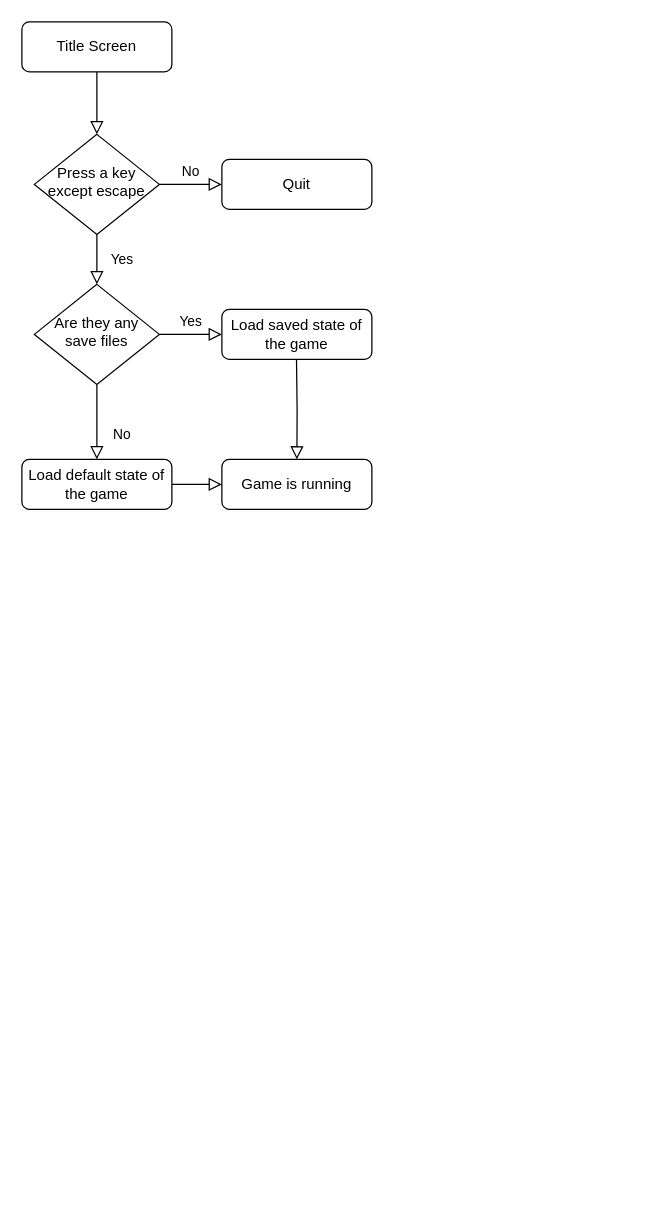
Tycro-Games/BlockA-Pitfall keeps this draw.io diagram as Untitled Diagram.drawio. Above is the earlier version. Source tidied: cells renumbered, new cells numbered last; positions are measured from the earlier drawing's top-left corner, leaving out a move shared by most shapes. Both pictures are drawn from the tidied source at 125%, with x=0, y=0 at pixel (21, 21).
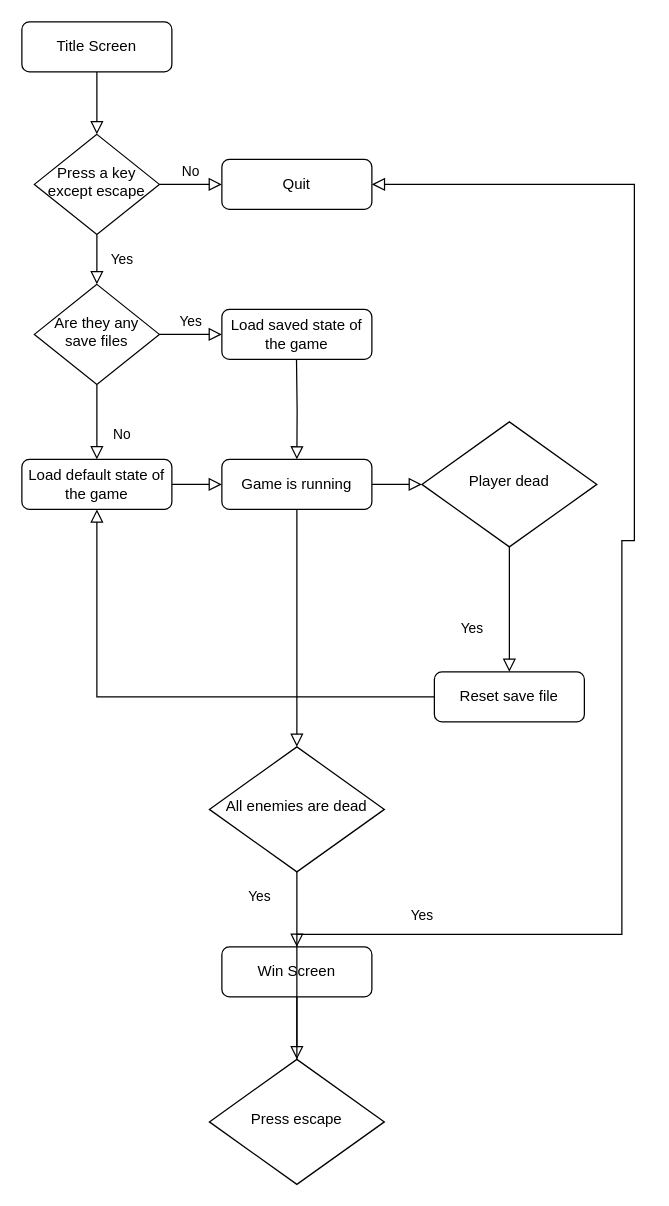
Above is the later version.

The change refers to these unchanged cells:
```xml
<mxCell id="7" value="Quit" style="rounded=1;whiteSpace=wrap;html=1;fontSize=12;glass=0;strokeWidth=1;shadow=0;" parent="1" vertex="1">
  <mxGeometry x="160" y="110" width="120" height="40" as="geometry" />
</mxCell>
<mxCell id="12" value="Game is running" style="rounded=1;whiteSpace=wrap;html=1;fontSize=12;glass=0;strokeWidth=1;shadow=0;" parent="1" vertex="1">
  <mxGeometry x="160" y="350" width="120" height="40" as="geometry" />
</mxCell>
<mxCell id="15" value="Load default state of the game" style="rounded=1;whiteSpace=wrap;html=1;fontSize=12;glass=0;strokeWidth=1;shadow=0;" parent="1" vertex="1">
  <mxGeometry y="350" width="120" height="40" as="geometry" />
</mxCell>
```

The edit, as a diff of the source:
```diff
@@
+    <mxCell id="16" style="edgeStyle=orthogonalEdgeStyle;shape=connector;rounded=0;jettySize=auto;html=1;shadow=0;labelBackgroundColor=none;strokeColor=default;strokeWidth=1;align=center;verticalAlign=middle;fontFamily=Helvetica;fontSize=11;fontColor=default;endArrow=block;endFill=0;endSize=8;" parent="1" edge="1" source="12" target="26">
+      <mxGeometry relative="1" as="geometry" />
+    </mxCell>
@@
+    <mxCell id="17" style="rounded=0;html=1;jettySize=auto;fontSize=11;endArrow=block;endFill=0;endSize=8;strokeWidth=1;shadow=0;labelBackgroundColor=none;edgeStyle=orthogonalEdgeStyle;exitX=0.5;exitY=1;exitDx=0;exitDy=0;entryX=0.5;entryY=0;entryDx=0;entryDy=0;" parent="1" edge="1" source="12" target="18">
+      <mxGeometry x="0.33" y="20" relative="1" as="geometry" />
+    </mxCell>
+    <mxCell id="18" value="All enemies are dead" style="rhombus;whiteSpace=wrap;html=1;shadow=0;fontFamily=Helvetica;fontSize=12;align=center;strokeWidth=1;spacing=6;spacingTop=-4;" parent="1" vertex="1">
+      <mxGeometry x="150" y="580" width="140" height="100" as="geometry" />
+    </mxCell>
+    <mxCell id="19" value="Yes" style="rounded=0;html=1;jettySize=auto;fontSize=11;endArrow=block;endFill=0;endSize=8;strokeWidth=1;shadow=0;labelBackgroundColor=none;edgeStyle=orthogonalEdgeStyle;exitX=0.5;exitY=1;exitDx=0;exitDy=0;" parent="1" edge="1" source="18">
+      <mxGeometry x="-0.34" y="-30" relative="1" as="geometry">
+        <mxPoint x="220" y="740" as="targetPoint" />
+      </mxGeometry>
+    </mxCell>
+    <mxCell id="20" style="edgeStyle=orthogonalEdgeStyle;shape=connector;rounded=0;jettySize=auto;html=1;shadow=0;labelBackgroundColor=none;strokeColor=default;strokeWidth=1;align=center;verticalAlign=middle;fontFamily=Helvetica;fontSize=11;fontColor=default;endArrow=block;endFill=0;endSize=8;" parent="1" edge="1" source="21" target="23">
+      <mxGeometry relative="1" as="geometry" />
+    </mxCell>
+    <mxCell id="21" value="Win Screen" style="rounded=1;whiteSpace=wrap;html=1;fontSize=12;glass=0;strokeWidth=1;shadow=0;" parent="1" vertex="1">
+      <mxGeometry x="160" y="740" width="120" height="40" as="geometry" />
+    </mxCell>
+    <mxCell id="22" style="edgeStyle=orthogonalEdgeStyle;shape=connector;rounded=0;jettySize=auto;html=1;shadow=0;labelBackgroundColor=none;strokeColor=default;strokeWidth=1;align=center;verticalAlign=middle;fontFamily=Helvetica;fontSize=11;fontColor=default;endArrow=block;endFill=0;endSize=8;entryX=1;entryY=0.5;entryDx=0;entryDy=0;" parent="1" edge="1" source="23" target="7">
+      <mxGeometry relative="1" as="geometry">
+        <Array as="points">
+          <mxPoint x="480" y="730" />
+          <mxPoint x="480" y="415" />
+          <mxPoint x="490" y="415" />
+          <mxPoint x="490" y="130" />
+        </Array>
+      </mxGeometry>
+    </mxCell>
+    <mxCell id="23" value="Press escape" style="rhombus;whiteSpace=wrap;html=1;shadow=0;fontFamily=Helvetica;fontSize=12;align=center;strokeWidth=1;spacing=6;spacingTop=-4;" parent="1" vertex="1">
+      <mxGeometry x="150" y="830" width="140" height="100" as="geometry" />
+    </mxCell>
+    <mxCell id="24" value="Yes" style="text;html=1;align=center;verticalAlign=middle;strokeColor=none;fillColor=none;fontSize=11;fontFamily=Helvetica;fontColor=default;" parent="1" vertex="1">
+      <mxGeometry x="300" y="700" width="40" height="30" as="geometry" />
+    </mxCell>
+    <mxCell id="25" style="edgeStyle=orthogonalEdgeStyle;shape=connector;rounded=0;jettySize=auto;html=1;entryX=0.5;entryY=0;entryDx=0;entryDy=0;shadow=0;labelBackgroundColor=none;strokeColor=default;strokeWidth=1;align=center;verticalAlign=middle;fontFamily=Helvetica;fontSize=11;fontColor=default;endArrow=block;endFill=0;endSize=8;" parent="1" edge="1" source="26" target="29">
+      <mxGeometry relative="1" as="geometry" />
+    </mxCell>
+    <mxCell id="26" value="Player dead" style="rhombus;whiteSpace=wrap;html=1;shadow=0;fontFamily=Helvetica;fontSize=12;align=center;strokeWidth=1;spacing=6;spacingTop=-4;" parent="1" vertex="1">
+      <mxGeometry x="320" y="320" width="140" height="100" as="geometry" />
+    </mxCell>
+    <mxCell id="27" value="Yes" style="text;html=1;align=center;verticalAlign=middle;strokeColor=none;fillColor=none;fontSize=11;fontFamily=Helvetica;fontColor=default;" parent="1" vertex="1">
+      <mxGeometry x="340" y="470" width="40" height="30" as="geometry" />
+    </mxCell>
+    <mxCell id="28" style="edgeStyle=orthogonalEdgeStyle;shape=connector;rounded=0;jettySize=auto;html=1;shadow=0;labelBackgroundColor=none;strokeColor=default;strokeWidth=1;align=center;verticalAlign=middle;fontFamily=Helvetica;fontSize=11;fontColor=default;endArrow=block;endFill=0;endSize=8;entryX=0.5;entryY=1;entryDx=0;entryDy=0;" parent="1" edge="1" source="29" target="15">
+      <mxGeometry relative="1" as="geometry" />
+    </mxCell>
+    <mxCell id="29" value="Reset save file" style="rounded=1;whiteSpace=wrap;html=1;fontSize=12;glass=0;strokeWidth=1;shadow=0;" parent="1" vertex="1">
+      <mxGeometry x="330" y="520" width="120" height="40" as="geometry" />
+    </mxCell>
```
